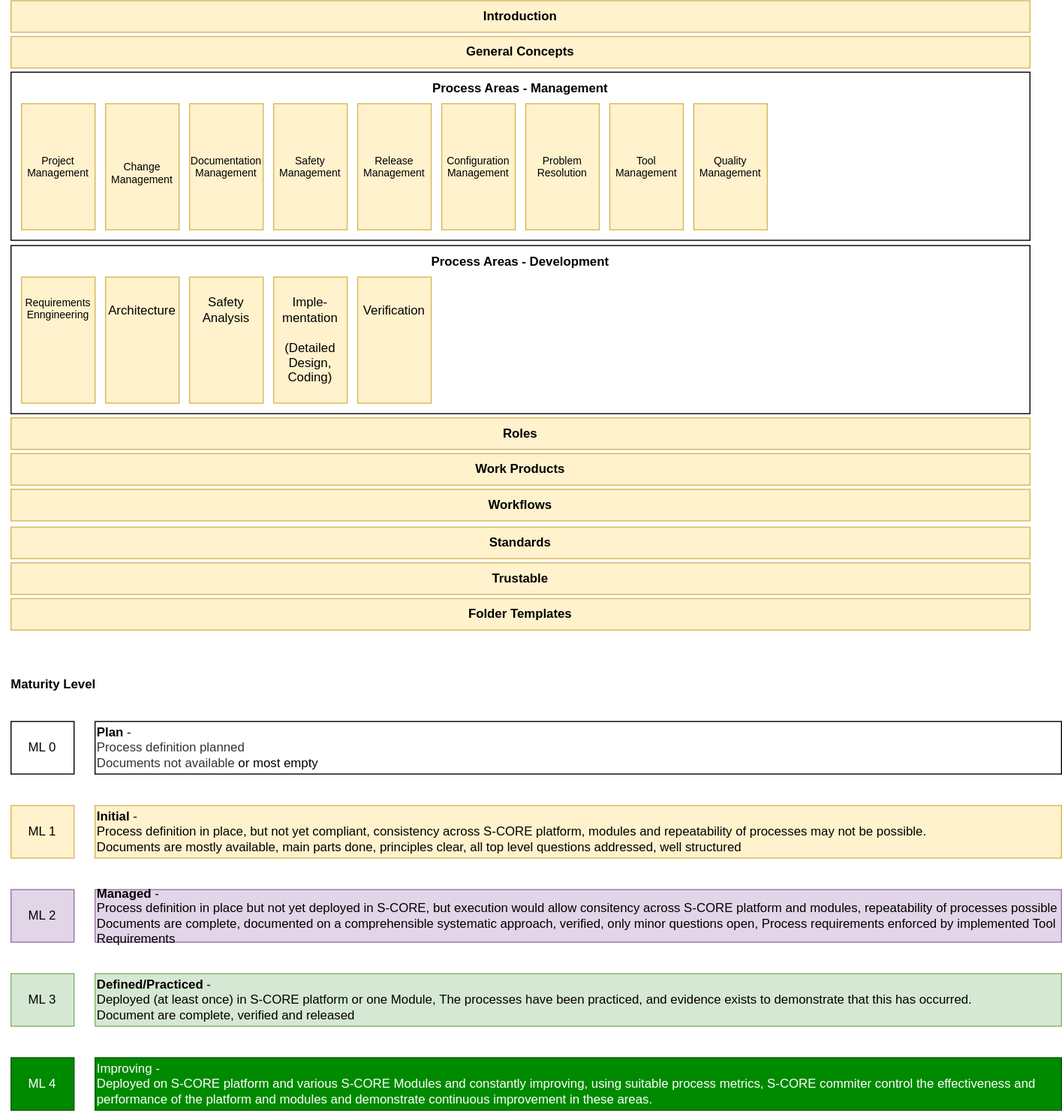
eclipse-score/process_description keeps this draw.io diagram as pr-43/_images/score_process_area_overview.drawio.svg. Above is the earlier version. Source tidied: cells renumbered, new cells last; positions are measured from the earlier drawing's top-left corner, leaving out a move shared by most shapes. The source it was exported from:
```xml
<mxGraphModel>
  <root>
    <mxCell id="0" />
    <mxCell id="1" parent="0" />
    <mxCell id="2" value="&lt;b&gt;&lt;br&gt;&lt;br&gt;Process Areas - Development&lt;br&gt;&lt;br&gt;&lt;br&gt;&lt;br&gt;&lt;br&gt;&lt;br&gt;&lt;br&gt;&lt;br&gt;&lt;br&gt;&lt;br&gt;&lt;br&gt;&amp;nbsp;&lt;/b&gt;" style="rounded=0;whiteSpace=wrap;html=1;" parent="1" vertex="1">
      <mxGeometry x="10" y="233" width="970" height="160" as="geometry" />
    </mxCell>
    <mxCell id="3" value="&lt;span style=&quot;&quot;&gt;Introduction&lt;/span&gt;" style="rounded=0;whiteSpace=wrap;html=1;fontStyle=1;fillColor=#fff2cc;strokeColor=#d6b656;" parent="1" vertex="1">
      <mxGeometry x="10" width="970" height="30" as="geometry" />
    </mxCell>
    <mxCell id="4" value="&lt;b&gt;&lt;br&gt;&lt;br&gt;Process Areas - Management&lt;br&gt;&lt;br&gt;&lt;br&gt;&lt;br&gt;&lt;br&gt;&lt;br&gt;&lt;br&gt;&lt;br&gt;&lt;br&gt;&lt;br&gt;&lt;br&gt;&amp;nbsp;&lt;/b&gt;" style="rounded=0;whiteSpace=wrap;html=1;" parent="1" vertex="1">
      <mxGeometry x="10" y="68" width="970" height="160" as="geometry" />
    </mxCell>
    <mxCell id="5" value="Requirements&lt;br style=&quot;font-size: 10px;&quot;&gt;Enngineering&lt;br style=&quot;font-size: 10px;&quot;&gt;&lt;br&gt;&lt;br&gt;&lt;br style=&quot;font-size: 10px;&quot;&gt;&lt;br style=&quot;font-size: 10px;&quot;&gt;&lt;br style=&quot;font-size: 10px;&quot;&gt;" style="rounded=0;whiteSpace=wrap;html=1;fillColor=#fff2cc;strokeColor=#d6b656;fontSize=10;" parent="1" vertex="1">
      <mxGeometry x="20" y="263" width="70" height="120" as="geometry" />
    </mxCell>
    <mxCell id="6" value="Safety&lt;br style=&quot;font-size: 10px;&quot;&gt;Management" style="rounded=0;whiteSpace=wrap;html=1;fillColor=#fff2cc;strokeColor=#d6b656;fontSize=10;" parent="1" vertex="1">
      <mxGeometry x="260" y="98" width="70" height="120" as="geometry" />
    </mxCell>
    <mxCell id="7" value="&lt;br style=&quot;font-size: 10px;&quot;&gt;&lt;br style=&quot;font-size: 10px;&quot;&gt;Change Management&lt;br&gt;&lt;br&gt;" style="rounded=0;whiteSpace=wrap;html=1;fillColor=#fff2cc;strokeColor=#d6b656;fontSize=10;" parent="1" vertex="1">
      <mxGeometry x="100" y="98" width="70" height="120" as="geometry" />
    </mxCell>
    <mxCell id="8" value="Documentation&lt;br style=&quot;font-size: 10px;&quot;&gt;Management" style="rounded=0;whiteSpace=wrap;html=1;fillColor=#fff2cc;strokeColor=#d6b656;fontSize=10;" parent="1" vertex="1">
      <mxGeometry x="180" y="98" width="70" height="120" as="geometry" />
    </mxCell>
    <mxCell id="9" value="&lt;span style=&quot;&quot;&gt;General Concepts&lt;/span&gt;" style="rounded=0;whiteSpace=wrap;html=1;fontStyle=1;fillColor=#fff2cc;strokeColor=#d6b656;" parent="1" vertex="1">
      <mxGeometry x="10" y="34" width="970" height="30" as="geometry" />
    </mxCell>
    <mxCell id="10" value="&lt;span style=&quot;&quot;&gt;Standards&lt;/span&gt;" style="rounded=0;whiteSpace=wrap;html=1;fontStyle=1;fillColor=#fff2cc;strokeColor=#d6b656;" parent="1" vertex="1">
      <mxGeometry x="10" y="501" width="970" height="30" as="geometry" />
    </mxCell>
    <mxCell id="11" value="&lt;span style=&quot;&quot;&gt;Roles&lt;/span&gt;" style="rounded=0;whiteSpace=wrap;html=1;fontStyle=1;fillColor=#fff2cc;strokeColor=#d6b656;" parent="1" vertex="1">
      <mxGeometry x="10" y="397" width="970" height="30" as="geometry" />
    </mxCell>
    <mxCell id="12" value="&lt;br&gt;Architecture&lt;br&gt;&lt;br&gt;&lt;br&gt;&lt;br&gt;&lt;br&gt;&lt;br&gt;" style="rounded=0;whiteSpace=wrap;html=1;fillColor=#fff2cc;strokeColor=#d6b656;" parent="1" vertex="1">
      <mxGeometry x="100" y="263" width="70" height="120" as="geometry" />
    </mxCell>
    <mxCell id="13" value="Imple-mentation&lt;br&gt;&lt;br&gt;(Detailed Design, &lt;br&gt;Coding)" style="rounded=0;whiteSpace=wrap;html=1;fillColor=#fff2cc;strokeColor=#d6b656;" parent="1" vertex="1">
      <mxGeometry x="260" y="263" width="70" height="120" as="geometry" />
    </mxCell>
    <mxCell id="14" value="Problem Resolution" style="rounded=0;whiteSpace=wrap;html=1;fontSize=10;fillColor=#fff2cc;strokeColor=#d6b656;" parent="1" vertex="1">
      <mxGeometry x="500" y="98" width="70" height="120" as="geometry" />
    </mxCell>
    <mxCell id="15" value="ML 4" style="rounded=0;whiteSpace=wrap;html=1;fillColor=#008a00;strokeColor=#005700;fontColor=#ffffff;" parent="1" vertex="1">
      <mxGeometry x="10" y="1006" width="60" height="50" as="geometry" />
    </mxCell>
    <mxCell id="16" value="ML 2" style="rounded=0;whiteSpace=wrap;html=1;fillColor=#e1d5e7;strokeColor=#9673a6;" parent="1" vertex="1">
      <mxGeometry x="10" y="846" width="60" height="50" as="geometry" />
    </mxCell>
    <mxCell id="17" value="ML 1" style="rounded=0;whiteSpace=wrap;html=1;fillColor=#fff2cc;strokeColor=#d6b656;" parent="1" vertex="1">
      <mxGeometry x="10" y="766" width="60" height="50" as="geometry" />
    </mxCell>
    <mxCell id="18" value="&lt;br&gt;&lt;br&gt;Verification&lt;br&gt;&lt;br&gt;&lt;br&gt;&lt;br&gt;&lt;br&gt;&lt;br&gt;&lt;br&gt;" style="rounded=0;whiteSpace=wrap;html=1;fillColor=#fff2cc;strokeColor=#d6b656;" parent="1" vertex="1">
      <mxGeometry x="340" y="263" width="70" height="120" as="geometry" />
    </mxCell>
    <mxCell id="19" value="Configuration&lt;br style=&quot;font-size: 10px;&quot;&gt;Management" style="rounded=0;whiteSpace=wrap;html=1;fontSize=10;fillColor=#fff2cc;strokeColor=#d6b656;" parent="1" vertex="1">
      <mxGeometry x="420" y="98" width="70" height="120" as="geometry" />
    </mxCell>
    <mxCell id="20" value="Tool&lt;br style=&quot;font-size: 10px;&quot;&gt;Management" style="rounded=0;whiteSpace=wrap;html=1;fontSize=10;fillColor=#fff2cc;strokeColor=#d6b656;" parent="1" vertex="1">
      <mxGeometry x="580" y="98" width="70" height="120" as="geometry" />
    </mxCell>
    <mxCell id="21" value="Quality&lt;br style=&quot;font-size: 10px;&quot;&gt;Management" style="rounded=0;whiteSpace=wrap;html=1;fontSize=10;fillColor=#fff2cc;strokeColor=#d6b656;" parent="1" vertex="1">
      <mxGeometry x="660" y="98" width="70" height="120" as="geometry" />
    </mxCell>
    <mxCell id="22" value="Project&lt;br style=&quot;font-size: 10px;&quot;&gt;Management" style="rounded=0;whiteSpace=wrap;html=1;fontSize=10;fillColor=#fff2cc;strokeColor=#d6b656;" parent="1" vertex="1">
      <mxGeometry x="20" y="98" width="70" height="120" as="geometry" />
    </mxCell>
    <mxCell id="23" value="&lt;b&gt;Maturity Level&lt;/b&gt;" style="text;html=1;align=center;verticalAlign=middle;strokeColor=none;fillColor=none;" parent="1" vertex="1">
      <mxGeometry y="636" width="100" height="30" as="geometry" />
    </mxCell>
    <mxCell id="24" value="ML 0" style="rounded=0;whiteSpace=wrap;html=1;" parent="1" vertex="1">
      <mxGeometry x="10" y="686" width="60" height="50" as="geometry" />
    </mxCell>
    <mxCell id="25" value="Safety&lt;br&gt;Analysis&lt;br&gt;&lt;br&gt;&lt;br&gt;&lt;br&gt;&lt;br&gt;" style="rounded=0;whiteSpace=wrap;html=1;fillColor=#fff2cc;strokeColor=#d6b656;" parent="1" vertex="1">
      <mxGeometry x="180" y="263" width="70" height="120" as="geometry" />
    </mxCell>
    <mxCell id="26" value="&lt;span style=&quot;&quot;&gt;Work Products&lt;/span&gt;" style="rounded=0;whiteSpace=wrap;html=1;fontStyle=1;fillColor=#fff2cc;strokeColor=#d6b656;" parent="1" vertex="1">
      <mxGeometry x="10" y="431" width="970" height="30" as="geometry" />
    </mxCell>
    <mxCell id="27" value="&lt;span style=&quot;&quot;&gt;Workflows&lt;/span&gt;" style="rounded=0;whiteSpace=wrap;html=1;fontStyle=1;fillColor=#fff2cc;strokeColor=#d6b656;" parent="1" vertex="1">
      <mxGeometry x="10" y="465" width="970" height="30" as="geometry" />
    </mxCell>
    <mxCell id="28" value="ML 3" style="rounded=0;whiteSpace=wrap;html=1;fillColor=#d5e8d4;strokeColor=#82b366;" parent="1" vertex="1">
      <mxGeometry x="10" y="926" width="60" height="50" as="geometry" />
    </mxCell>
    <mxCell id="29" value="&lt;b&gt;Plan&lt;/b&gt; -&amp;nbsp;&lt;br&gt;&lt;span style=&quot;color: rgb(51, 51, 51);&quot;&gt;Process definition&amp;nbsp;planned&lt;br&gt;Documents not available&amp;nbsp;&lt;/span&gt;or most empty" style="rounded=0;whiteSpace=wrap;html=1;align=left;" parent="1" vertex="1">
      <mxGeometry x="90" y="686" width="920" height="50" as="geometry" />
    </mxCell>
    <mxCell id="30" value="&lt;b&gt;Initial&lt;/b&gt; -&amp;nbsp;&lt;br&gt;&lt;span style=&quot;background-color: initial;&quot;&gt;Process definition in&amp;nbsp;&lt;/span&gt;&lt;span style=&quot;background-color: initial;&quot;&gt;place, but not yet compliant,&amp;nbsp;&lt;/span&gt;&lt;span style=&quot;text-align: center;&quot;&gt;consistency across S-CORE platform, modules and repeatability of processes may not be possible.&lt;br&gt;Documents are mostly available, main parts done, principles clear, all top level questions addressed, well structured&lt;br&gt;&lt;/span&gt;" style="rounded=0;whiteSpace=wrap;html=1;fillColor=#fff2cc;strokeColor=#d6b656;align=left;" parent="1" vertex="1">
      <mxGeometry x="90" y="766" width="920" height="50" as="geometry" />
    </mxCell>
    <mxCell id="31" value="&lt;b&gt;Managed&lt;/b&gt; -&lt;br&gt;&lt;span style=&quot;color: rgb(0, 0, 0); background-color: initial;&quot;&gt;Process definition in place but not&amp;nbsp;&lt;/span&gt;&lt;span style=&quot;color: rgb(0, 0, 0); background-color: initial;&quot;&gt;yet deployed in S-CORE, but&amp;nbsp;&lt;/span&gt;&lt;span style=&quot;text-align: center;&quot;&gt;execution would allow consitency across S-CORE platform and modules, repeatability of processes possible&lt;br&gt;Documents are complete, documented on a comprehensible systematic approach, verified, only minor questions open, Process requirements enforced by implemented Tool Requirements&amp;nbsp;&lt;br&gt;&lt;/span&gt;" style="rounded=0;whiteSpace=wrap;html=1;fillColor=#e1d5e7;strokeColor=#9673a6;align=left;" parent="1" vertex="1">
      <mxGeometry x="90" y="846" width="920" height="50" as="geometry" />
    </mxCell>
    <mxCell id="32" value="&lt;b&gt;Defined/Practiced&lt;/b&gt; -&amp;nbsp;&lt;br&gt;&lt;span style=&quot;color: rgb(0, 0, 0); background-color: initial;&quot;&gt;Deployed (at least once) in S-CORE platform or one Module,&amp;nbsp;&lt;/span&gt;&lt;span style=&quot;text-align: center;&quot;&gt;&lt;font color=&quot;#000000&quot;&gt;The processes have been practiced, and evidence exists to demonstrate that this has occurred.&amp;nbsp;&lt;/font&gt;&lt;br&gt;&lt;font color=&quot;#000000&quot;&gt;Document are complete, verified and released&lt;/font&gt;&lt;br&gt;&lt;/span&gt;" style="rounded=0;whiteSpace=wrap;html=1;fillColor=#d5e8d4;strokeColor=#82b366;align=left;" parent="1" vertex="1">
      <mxGeometry x="90" y="926" width="920" height="50" as="geometry" />
    </mxCell>
    <mxCell id="33" value="Improving -&amp;nbsp;&lt;br&gt;&lt;span style=&quot;background-color: initial;&quot;&gt;Deployed on S-CORE platform and various S-CORE Modules and&amp;nbsp;&lt;/span&gt;&lt;span style=&quot;background-color: initial;&quot;&gt;constantly improving, u&lt;/span&gt;&lt;span style=&quot;text-align: center;&quot;&gt;sing suitable process metrics, S-CORE commiter control the effectiveness and performance of the platform and modules and demonstrate continuous improvement in these areas.&lt;/span&gt;" style="rounded=0;whiteSpace=wrap;html=1;fillColor=#008a00;strokeColor=#005700;fontColor=#FFFFFF;align=left;" parent="1" vertex="1">
      <mxGeometry x="90" y="1006" width="920" height="50" as="geometry" />
    </mxCell>
    <mxCell id="34" value="Release&lt;br style=&quot;font-size: 10px;&quot;&gt;Management" style="rounded=0;whiteSpace=wrap;html=1;fontSize=10;fillColor=#fff2cc;strokeColor=#d6b656;" parent="1" vertex="1">
      <mxGeometry x="340" y="98" width="70" height="120" as="geometry" />
    </mxCell>
    <mxCell id="35" value="&lt;span style=&quot;&quot;&gt;Trustable&lt;/span&gt;" style="rounded=0;whiteSpace=wrap;html=1;fontStyle=1;fillColor=#fff2cc;strokeColor=#d6b656;" parent="1" vertex="1">
      <mxGeometry x="10" y="535" width="970" height="30" as="geometry" />
    </mxCell>
    <mxCell id="36" value="&lt;span style=&quot;&quot;&gt;Folder Templates&lt;/span&gt;" style="rounded=0;whiteSpace=wrap;html=1;fontStyle=1;fillColor=#fff2cc;strokeColor=#d6b656;" parent="1" vertex="1">
      <mxGeometry x="10" y="569" width="970" height="30" as="geometry" />
    </mxCell>
  </root>
</mxGraphModel>
```
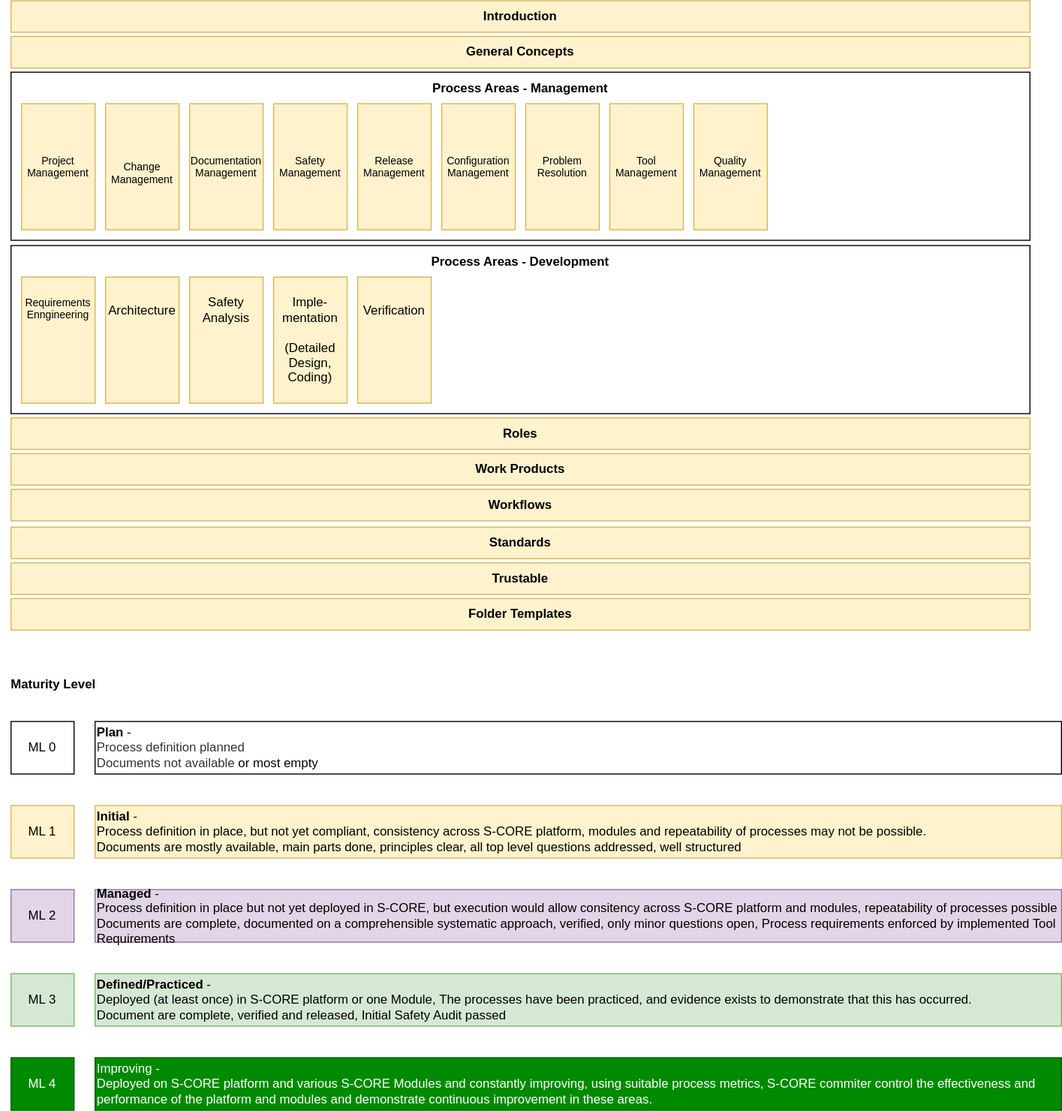
After the commit.

The edit, as a diff of the source:
```diff
@@ -92,7 +92,7 @@
     <mxCell id="31" value="&lt;b&gt;Managed&lt;/b&gt; -&lt;br&gt;&lt;span style=&quot;color: rgb(0, 0, 0); background-color: initial;&quot;&gt;Process definition in place but not&amp;nbsp;&lt;/span&gt;&lt;span style=&quot;color: rgb(0, 0, 0); background-color: initial;&quot;&gt;yet deployed in S-CORE, but&amp;nbsp;&lt;/span&gt;&lt;span style=&quot;text-align: center;&quot;&gt;execution would allow consitency across S-CORE platform and modules, repeatability of processes possible&lt;br&gt;Documents are complete, documented on a comprehensible systematic approach, verified, only minor questions open, Process requirements enforced by implemented Tool Requirements&amp;nbsp;&lt;br&gt;&lt;/span&gt;" style="rounded=0;whiteSpace=wrap;html=1;fillColor=#e1d5e7;strokeColor=#9673a6;align=left;" parent="1" vertex="1">
       <mxGeometry x="90" y="846" width="920" height="50" as="geometry" />
     </mxCell>
-    <mxCell id="32" value="&lt;b&gt;Defined/Practiced&lt;/b&gt; -&amp;nbsp;&lt;br&gt;&lt;span style=&quot;color: rgb(0, 0, 0); background-color: initial;&quot;&gt;Deployed (at least once) in S-CORE platform or one Module,&amp;nbsp;&lt;/span&gt;&lt;span style=&quot;text-align: center;&quot;&gt;&lt;font color=&quot;#000000&quot;&gt;The processes have been practiced, and evidence exists to demonstrate that this has occurred.&amp;nbsp;&lt;/font&gt;&lt;br&gt;&lt;font color=&quot;#000000&quot;&gt;Document are complete, verified and released&lt;/font&gt;&lt;br&gt;&lt;/span&gt;" style="rounded=0;whiteSpace=wrap;html=1;fillColor=#d5e8d4;strokeColor=#82b366;align=left;" parent="1" vertex="1">
+    <mxCell id="32" value="&lt;b&gt;Defined/Practiced&lt;/b&gt; -&amp;nbsp;&lt;br&gt;&lt;span style=&quot;color: rgb(0, 0, 0); background-color: initial;&quot;&gt;Deployed (at least once) in S-CORE platform or one Module,&amp;nbsp;&lt;/span&gt;&lt;span style=&quot;text-align: center;&quot;&gt;&lt;font color=&quot;#000000&quot;&gt;The processes have been practiced, and evidence exists to demonstrate that this has occurred.&amp;nbsp;&lt;/font&gt;&lt;br&gt;&lt;font color=&quot;#000000&quot;&gt;Document are complete, verified and released, Initial Safety Audit passed&lt;/font&gt;&lt;br&gt;&lt;/span&gt;" style="rounded=0;whiteSpace=wrap;html=1;fillColor=#d5e8d4;strokeColor=#82b366;align=left;" parent="1" vertex="1">
       <mxGeometry x="90" y="926" width="920" height="50" as="geometry" />
     </mxCell>
     <mxCell id="33" value="Improving -&amp;nbsp;&lt;br&gt;&lt;span style=&quot;background-color: initial;&quot;&gt;Deployed on S-CORE platform and various S-CORE Modules and&amp;nbsp;&lt;/span&gt;&lt;span style=&quot;background-color: initial;&quot;&gt;constantly improving, u&lt;/span&gt;&lt;span style=&quot;text-align: center;&quot;&gt;sing suitable process metrics, S-CORE commiter control the effectiveness and performance of the platform and modules and demonstrate continuous improvement in these areas.&lt;/span&gt;" style="rounded=0;whiteSpace=wrap;html=1;fillColor=#008a00;strokeColor=#005700;fontColor=#FFFFFF;align=left;" parent="1" vertex="1">
```
